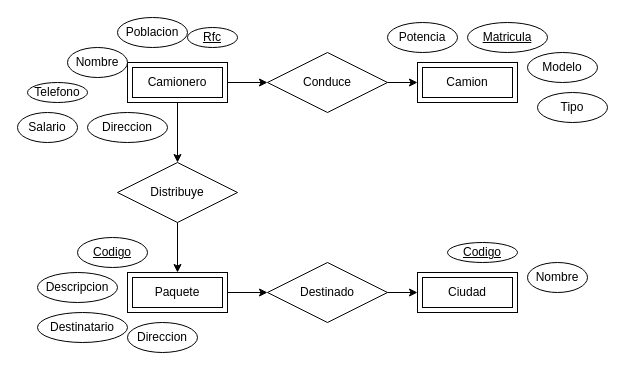
This is infotec/unoDe3.drawio from alensgamer/Infotec-Codes, a draw.io file, before an edit. Source tidied: cells renumbered, new cells numbered last; positions are measured from the earlier drawing's top-left corner, leaving out a move shared by most shapes. Both pictures are drawn from the tidied source at 100%, with x=0, y=0 at pixel (17, 17).
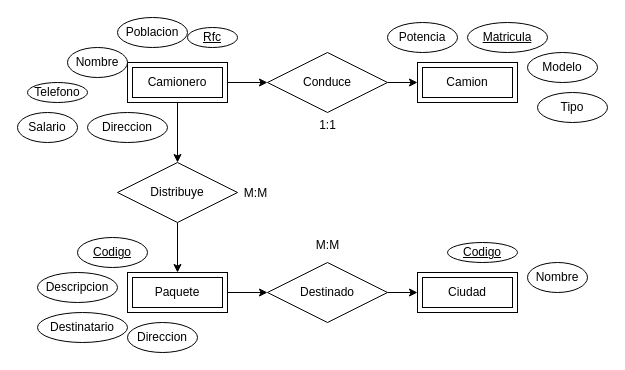
The same page after the edit.

The edit, as a diff of the source:
```diff
@@
+    <mxCell id="31" value="1:1" style="text;html=1;align=center;verticalAlign=middle;strokeColor=none;fillColor=none;" parent="1" vertex="1">
+      <mxGeometry x="290" y="93" width="40" height="30" as="geometry" />
+    </mxCell>
+    <mxCell id="32" value="M:M" style="text;html=1;align=center;verticalAlign=middle;strokeColor=none;fillColor=none;" parent="1" vertex="1">
+      <mxGeometry x="213" y="161" width="50" height="30" as="geometry" />
+    </mxCell>
+    <mxCell id="33" value="M:M" style="text;html=1;align=center;verticalAlign=middle;strokeColor=none;fillColor=none;" parent="1" vertex="1">
+      <mxGeometry x="285" y="213" width="50" height="30" as="geometry" />
+    </mxCell>
```
